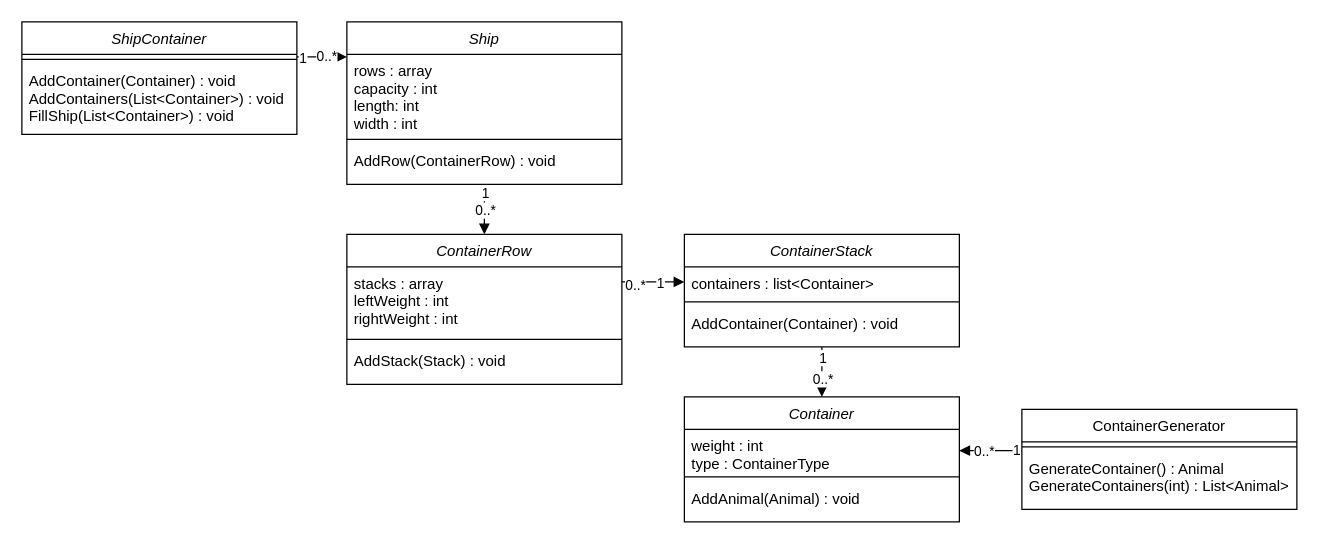
Before: Sprint4/ExtraOpdrachten/ContainervervoerClassDiagram.drawio in Thomas-Molen/S2CMKThomasvanderMolen, a draw.io diagram. Source tidied: cells renumbered, new cells numbered last; positions are measured from the earlier drawing's top-left corner, leaving out a move shared by most shapes. Both pictures are drawn from the tidied source at 125%, with x=0, y=0 at pixel (21, 21).
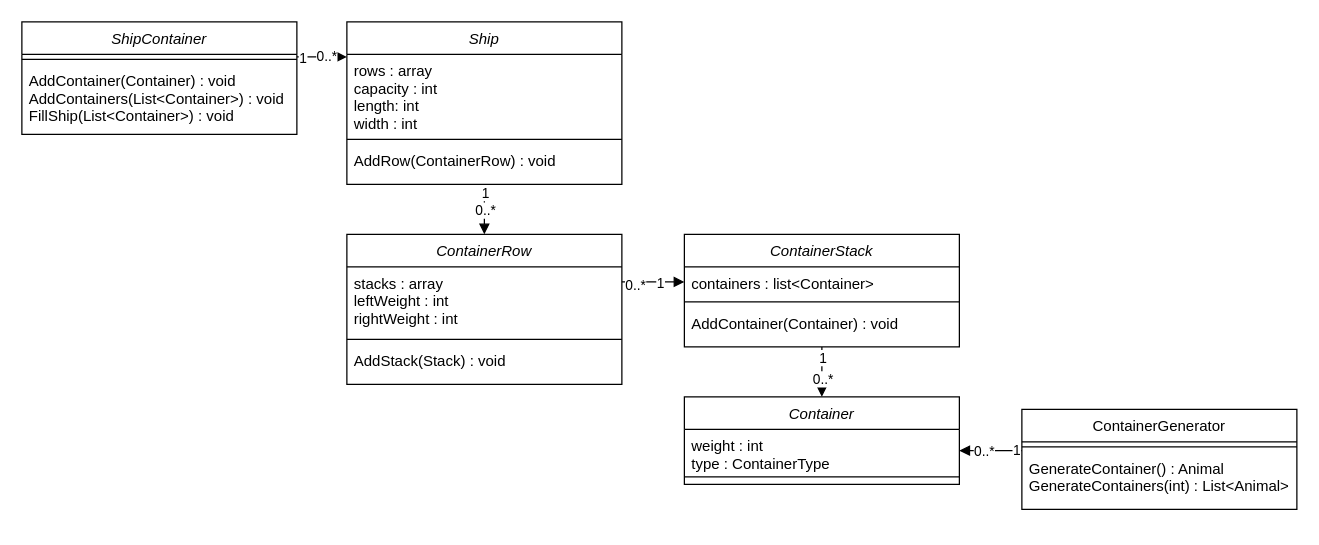
Above is the later version.

What changed in the source:
```diff
@@
     <mxCell id="2" value="Container" style="swimlane;fontStyle=2;align=center;verticalAlign=top;horizontal=1;startSize=26;rounded=0;shadow=0;strokeWidth=1;" parent="1" vertex="1">
-      <mxGeometry x="530" y="300" width="220" height="100" as="geometry" />
+      <mxGeometry x="530" y="300" width="220" height="70" as="geometry" />
     </mxCell>
@@
-    <mxCell id="5" value="AddAnimal(Animal) : void&#10;&#10;" style="text;align=left;verticalAlign=top;spacingLeft=4;spacingRight=4;overflow=hidden;" parent="2" vertex="1">
-      <mxGeometry y="68" width="220" height="30" as="geometry" />
-    </mxCell>
```
